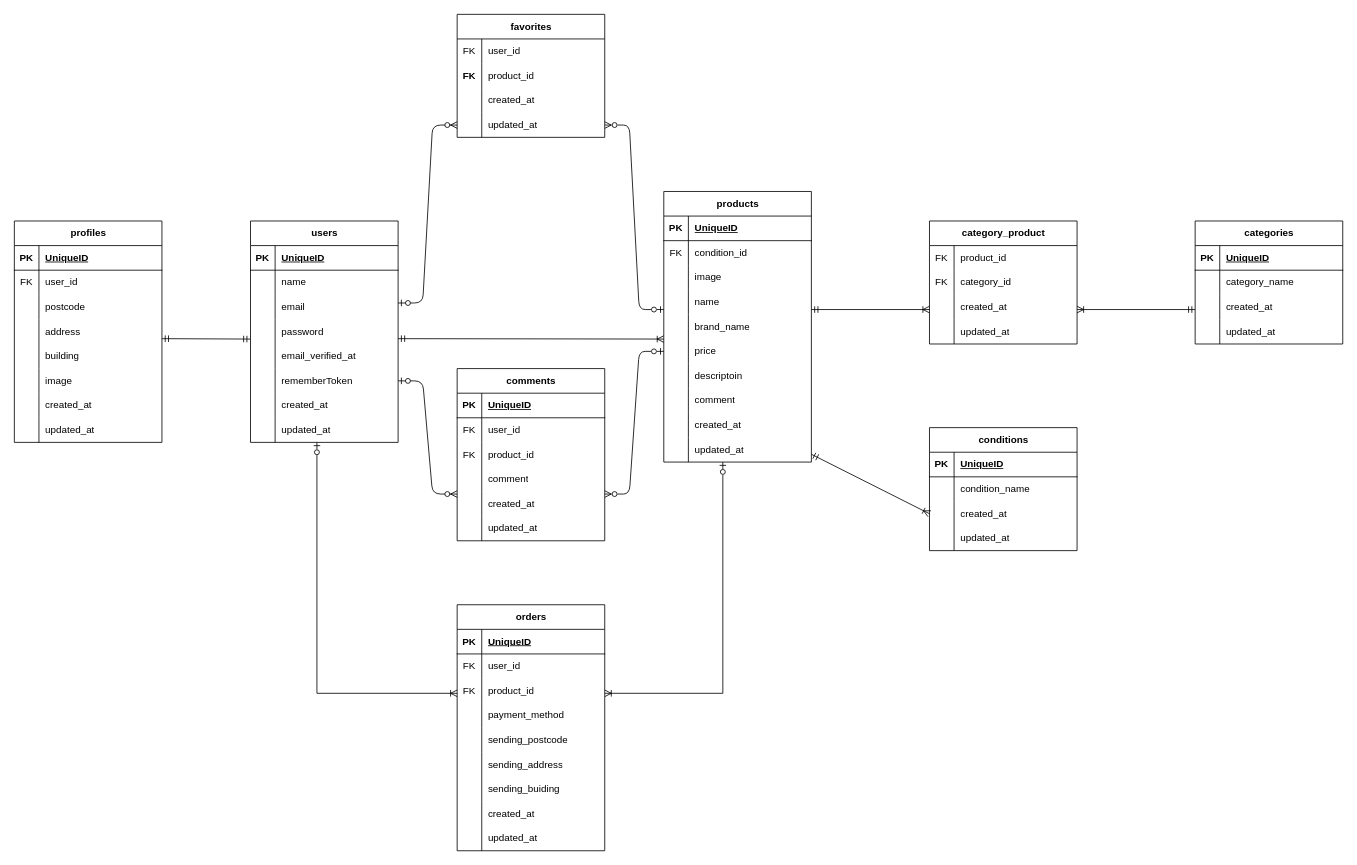
The draw.io diagram er-diagram.drawio in Meg0317/flea-market, before the edit. Source tidied: cells renumbered, new cells numbered last; positions are measured from the earlier drawing's top-left corner, leaving out a move shared by most shapes. Both pictures are drawn from the tidied source at 82%, with x=0, y=0 at pixel (14, 14).
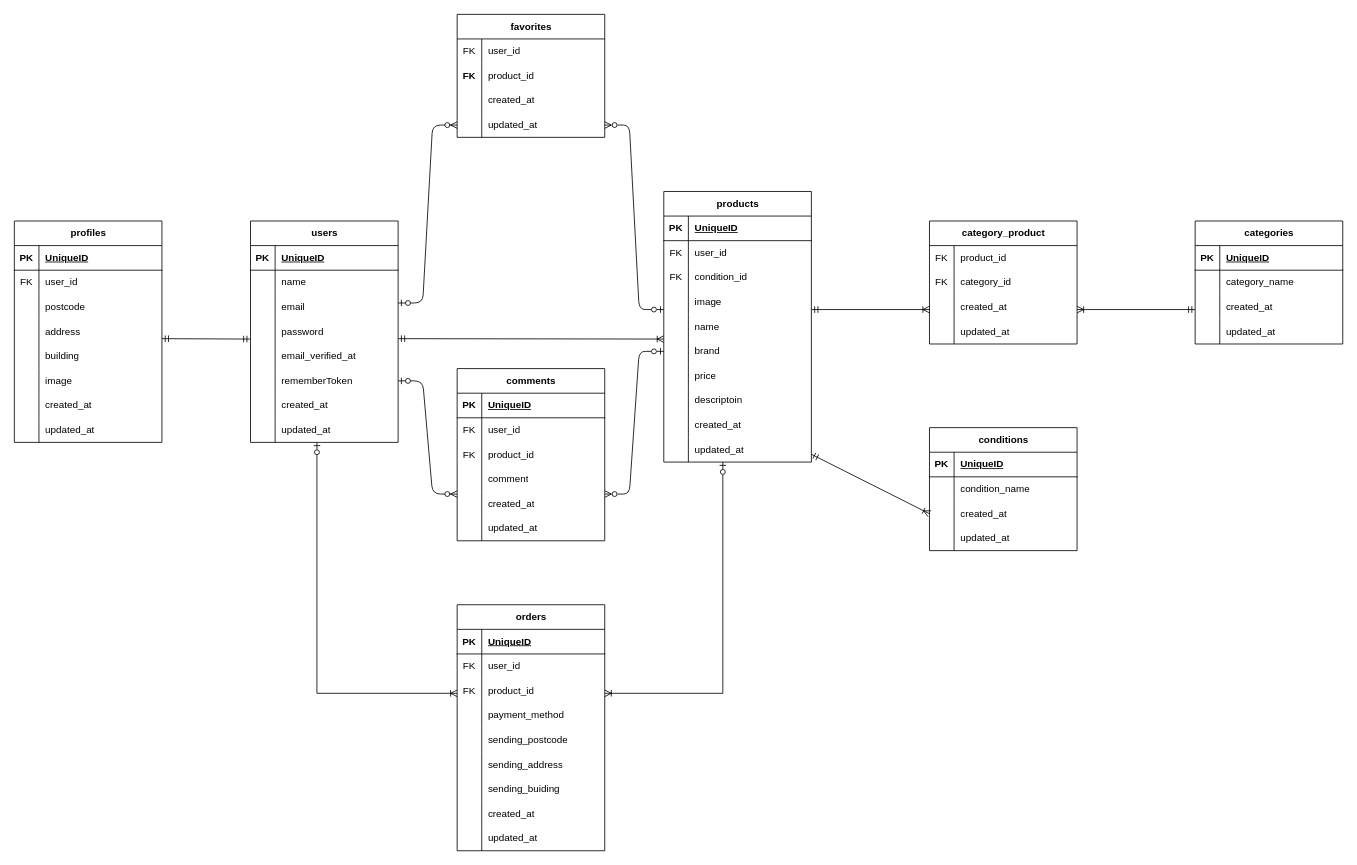
The same page after the edit.

Commit message (it also covers changes not shown here):
最終提出版

Unchanged cells that the change refers to:
```xml
<mxCell id="31" style="shape=tableRow;horizontal=0;startSize=0;swimlaneHead=0;swimlaneBody=0;fillColor=none;top=0;left=0;right=0;bottom=0;" parent="27" vertex="1">
  <mxGeometry y="60" width="180" height="30" as="geometry" />
</mxCell>
<mxCell id="34" style="shape=tableRow;horizontal=0;startSize=0;swimlaneHead=0;swimlaneBody=0;fillColor=none;top=0;left=0;right=0;bottom=0;" parent="27" vertex="1">
  <mxGeometry y="90" width="180" height="30" as="geometry" />
</mxCell>
<mxCell id="37" style="shape=tableRow;horizontal=0;startSize=0;swimlaneHead=0;swimlaneBody=0;fillColor=none;points=[[0,0.5],[1,0.5]];portConstraint=eastwest;top=0;left=0;right=0;bottom=0;" parent="27" vertex="1">
  <mxGeometry y="120" width="180" height="30" as="geometry" />
</mxCell>
<mxCell id="40" style="shape=tableRow;horizontal=0;startSize=0;swimlaneHead=0;swimlaneBody=0;fillColor=none;top=0;left=0;right=0;bottom=0;" parent="27" vertex="1">
  <mxGeometry y="150" width="180" height="30" as="geometry" />
</mxCell>
<mxCell id="43" style="shape=tableRow;horizontal=0;startSize=0;swimlaneHead=0;swimlaneBody=0;fillColor=none;points=[[0,0.5],[1,0.5]];portConstraint=eastwest;top=0;left=0;right=0;bottom=0;" parent="27" vertex="1">
  <mxGeometry y="180" width="180" height="30" as="geometry" />
</mxCell>
<mxCell id="46" style="shape=tableRow;horizontal=0;startSize=0;swimlaneHead=0;swimlaneBody=0;fillColor=none;top=0;left=0;right=0;bottom=0;" parent="27" vertex="1">
  <mxGeometry y="210" width="180" height="30" as="geometry" />
</mxCell>
<mxCell id="49" style="shape=tableRow;horizontal=0;startSize=0;swimlaneHead=0;swimlaneBody=0;fillColor=none;top=0;left=0;right=0;bottom=0;" parent="27" vertex="1">
  <mxGeometry y="240" width="180" height="30" as="geometry" />
</mxCell>
```

The edit, as a diff of the source:
```diff
@@
-    <mxCell id="33" value="&lt;span style=&quot;color: rgb(0, 0, 0);&quot;&gt;condition_id&lt;/span&gt;" style="shape=partialRectangle;fillColor=none;top=0;left=0;bottom=0;right=0;align=left;spacingLeft=6;overflow=hidden;whiteSpace=wrap;html=1;" parent="31" vertex="1">
+    <mxCell id="33" value="&lt;span style=&quot;color: rgb(0, 0, 0);&quot;&gt;user_id&lt;/span&gt;" style="shape=partialRectangle;fillColor=none;top=0;left=0;bottom=0;right=0;align=left;spacingLeft=6;overflow=hidden;whiteSpace=wrap;html=1;" parent="31" vertex="1">
       <mxGeometry x="30" width="150" height="30" as="geometry" />
     </mxCell>
@@
-    <mxCell id="35" style="shape=partialRectangle;fillColor=none;top=0;left=0;bottom=0;right=0;overflow=hidden;whiteSpace=wrap;html=1;" parent="34" vertex="1">
+    <mxCell id="35" value="&lt;span style=&quot;color: rgb(0, 0, 0);&quot;&gt;FK&lt;/span&gt;" style="shape=partialRectangle;fillColor=none;top=0;left=0;bottom=0;right=0;overflow=hidden;whiteSpace=wrap;html=1;" parent="34" vertex="1">
       <mxGeometry width="30" height="30" as="geometry" />
     </mxCell>
-    <mxCell id="36" value="&lt;span style=&quot;color: rgb(0, 0, 0);&quot;&gt;image&lt;/span&gt;" style="shape=partialRectangle;fillColor=none;top=0;left=0;bottom=0;right=0;align=left;spacingLeft=6;overflow=hidden;whiteSpace=wrap;html=1;" parent="34" vertex="1">
+    <mxCell id="36" value="&lt;span style=&quot;color: rgb(0, 0, 0);&quot;&gt;condition_id&lt;/span&gt;" style="shape=partialRectangle;fillColor=none;top=0;left=0;bottom=0;right=0;align=left;spacingLeft=6;overflow=hidden;whiteSpace=wrap;html=1;" parent="34" vertex="1">
       <mxGeometry x="30" width="150" height="30" as="geometry" />
     </mxCell>
@@
-    <mxCell id="39" value="&lt;span style=&quot;color: rgb(0, 0, 0);&quot;&gt;name&lt;/span&gt;" style="shape=partialRectangle;fillColor=none;top=0;left=0;bottom=0;right=0;align=left;spacingLeft=6;overflow=hidden;whiteSpace=wrap;html=1;" parent="37" vertex="1">
+    <mxCell id="39" value="&lt;span style=&quot;color: rgb(0, 0, 0);&quot;&gt;image&lt;/span&gt;" style="shape=partialRectangle;fillColor=none;top=0;left=0;bottom=0;right=0;align=left;spacingLeft=6;overflow=hidden;whiteSpace=wrap;html=1;" parent="37" vertex="1">
       <mxGeometry x="30" width="150" height="30" as="geometry" />
     </mxCell>
@@
-    <mxCell id="42" value="&lt;span style=&quot;color: rgb(0, 0, 0);&quot;&gt;brand_name&lt;/span&gt;" style="shape=partialRectangle;fillColor=none;top=0;left=0;bottom=0;right=0;align=left;spacingLeft=6;overflow=hidden;whiteSpace=wrap;html=1;" parent="40" vertex="1">
+    <mxCell id="42" value="&lt;span style=&quot;color: rgb(0, 0, 0);&quot;&gt;name&lt;/span&gt;" style="shape=partialRectangle;fillColor=none;top=0;left=0;bottom=0;right=0;align=left;spacingLeft=6;overflow=hidden;whiteSpace=wrap;html=1;" parent="40" vertex="1">
       <mxGeometry x="30" width="150" height="30" as="geometry" />
     </mxCell>
@@
-    <mxCell id="45" value="&lt;span style=&quot;color: rgb(0, 0, 0);&quot;&gt;price&lt;/span&gt;" style="shape=partialRectangle;fillColor=none;top=0;left=0;bottom=0;right=0;align=left;spacingLeft=6;overflow=hidden;whiteSpace=wrap;html=1;" parent="43" vertex="1">
+    <mxCell id="45" value="&lt;span style=&quot;color: rgb(0, 0, 0);&quot;&gt;brand&lt;/span&gt;" style="shape=partialRectangle;fillColor=none;top=0;left=0;bottom=0;right=0;align=left;spacingLeft=6;overflow=hidden;whiteSpace=wrap;html=1;" parent="43" vertex="1">
       <mxGeometry x="30" width="150" height="30" as="geometry" />
     </mxCell>
@@
-    <mxCell id="48" value="&lt;span style=&quot;color: rgb(0, 0, 0);&quot;&gt;descriptoin&lt;/span&gt;" style="shape=partialRectangle;fillColor=none;top=0;left=0;bottom=0;right=0;align=left;spacingLeft=6;overflow=hidden;whiteSpace=wrap;html=1;" parent="46" vertex="1">
+    <mxCell id="48" value="&lt;span style=&quot;color: rgb(0, 0, 0);&quot;&gt;price&lt;/span&gt;" style="shape=partialRectangle;fillColor=none;top=0;left=0;bottom=0;right=0;align=left;spacingLeft=6;overflow=hidden;whiteSpace=wrap;html=1;" parent="46" vertex="1">
       <mxGeometry x="30" width="150" height="30" as="geometry" />
     </mxCell>
@@
-    <mxCell id="51" value="comment" style="shape=partialRectangle;fillColor=none;top=0;left=0;bottom=0;right=0;align=left;spacingLeft=6;overflow=hidden;whiteSpace=wrap;html=1;" parent="49" vertex="1">
+    <mxCell id="51" value="&lt;span style=&quot;color: rgb(0, 0, 0);&quot;&gt;descriptoin&lt;/span&gt;" style="shape=partialRectangle;fillColor=none;top=0;left=0;bottom=0;right=0;align=left;spacingLeft=6;overflow=hidden;whiteSpace=wrap;html=1;" parent="49" vertex="1">
       <mxGeometry x="30" width="150" height="30" as="geometry" />
     </mxCell>
```
